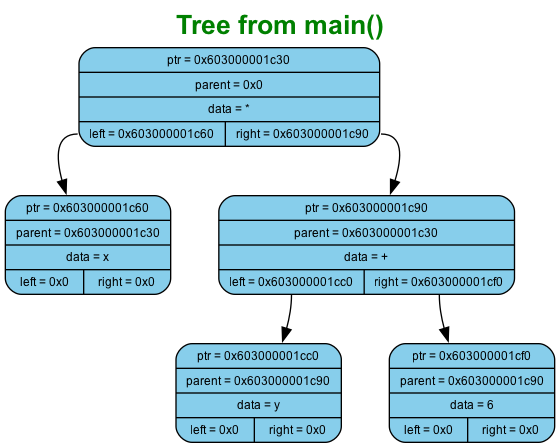
This is WOLFRAM_SIGMA/ReportFiles/graphs/graph0/wolf.dot.png from murugov/WolframSigma, a Graphviz export, as it was before one commit. Its source is kept beside it as WOLFRAM_SIGMA/ReportFiles/graphs/graph0/wolf.dot. The source it was exported from:
```dot
digraph G {
	label=<<B>Tree from main()</B>>;
	fontcolor="#008000";
	fontname="Arial";
	labelloc="top";
	labeljust="center";
	fontsize=20;
	rankdir=TB;
	center=true;
	nodesep=0.5;
	ranksep=0.5;
	node[fontsize=9, shape=box, width=0.7, height=0.4, style="filled, rounded", fontname="Arial"];

	n0 [shape=record, label="{ptr = 0x603000001c30 | parent = 0x0 | data = * | {<left> left = 0x603000001c60 | <right> right = 0x603000001c90}}", fillcolor="#87CEEB", color="black"]
	n1 [shape=record, label="{ptr = 0x603000001c60 | parent = 0x603000001c30 | data = x | {<left> left = 0x0 | <right> right = 0x0}}", fillcolor="#87CEEB", color="black"]
	n0:left -> n1
	n2 [shape=record, label="{ptr = 0x603000001c90 | parent = 0x603000001c30 | data = + | {<left> left = 0x603000001cc0 | <right> right = 0x603000001cf0}}", fillcolor="#87CEEB", color="black"]
	n0:right -> n2
	n3 [shape=record, label="{ptr = 0x603000001cc0 | parent = 0x603000001c90 | data = y | {<left> left = 0x0 | <right> right = 0x0}}", fillcolor="#87CEEB", color="black"]
	n2:left -> n3
	n4 [shape=record, label="{ptr = 0x603000001cf0 | parent = 0x603000001c90 | data = 6 | {<left> left = 0x0 | <right> right = 0x0}}", fillcolor="#87CEEB", color="black"]
	n2:right -> n4
}
```
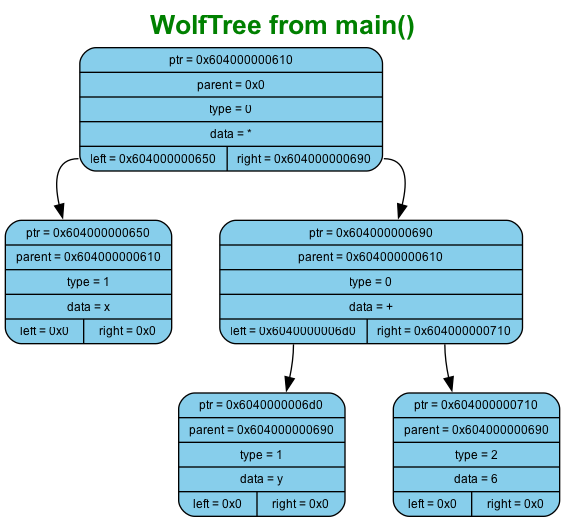
The same diagram one commit later.

Diff of the diagram source:
```diff
@@ -1,5 +1,5 @@
 digraph G {
-	label=<<B>Tree from main()</B>>;
+	label=<<B>WolfTree from main()</B>>;
 	fontcolor="#008000";
 	fontname="Arial";
 	labelloc="top";
@@ -11,13 +11,13 @@
 	ranksep=0.5;
 	node[fontsize=9, shape=box, width=0.7, height=0.4, style="filled, rounded", fontname="Arial"];
 
-	n0 [shape=record, label="{ptr = 0x603000001c30 | parent = 0x0 | data = * | {<left> left = 0x603000001c60 | <right> right = 0x603000001c90}}", fillcolor="#87CEEB", color="black"]
-	n1 [shape=record, label="{ptr = 0x603000001c60 | parent = 0x603000001c30 | data = x | {<left> left = 0x0 | <right> right = 0x0}}", fillcolor="#87CEEB", color="black"]
+	n0 [shape=record, label="{ptr = 0x604000000610 | parent = 0x0 | type = 0 | data = * | {<left> left = 0x604000000650 | <right> right = 0x604000000690}}", fillcolor="#87CEEB", color="black"]
+	n1 [shape=record, label="{ptr = 0x604000000650 | parent = 0x604000000610 | type = 1 | data = x | {<left> left = 0x0 | <right> right = 0x0}}", fillcolor="#87CEEB", color="black"]
 	n0:left -> n1
-	n2 [shape=record, label="{ptr = 0x603000001c90 | parent = 0x603000001c30 | data = + | {<left> left = 0x603000001cc0 | <right> right = 0x603000001cf0}}", fillcolor="#87CEEB", color="black"]
+	n2 [shape=record, label="{ptr = 0x604000000690 | parent = 0x604000000610 | type = 0 | data = + | {<left> left = 0x6040000006d0 | <right> right = 0x604000000710}}", fillcolor="#87CEEB", color="black"]
 	n0:right -> n2
-	n3 [shape=record, label="{ptr = 0x603000001cc0 | parent = 0x603000001c90 | data = y | {<left> left = 0x0 | <right> right = 0x0}}", fillcolor="#87CEEB", color="black"]
+	n3 [shape=record, label="{ptr = 0x6040000006d0 | parent = 0x604000000690 | type = 1 | data = y | {<left> left = 0x0 | <right> right = 0x0}}", fillcolor="#87CEEB", color="black"]
 	n2:left -> n3
-	n4 [shape=record, label="{ptr = 0x603000001cf0 | parent = 0x603000001c90 | data = 6 | {<left> left = 0x0 | <right> right = 0x0}}", fillcolor="#87CEEB", color="black"]
+	n4 [shape=record, label="{ptr = 0x604000000710 | parent = 0x604000000690 | type = 2 | data = 6 | {<left> left = 0x0 | <right> right = 0x0}}", fillcolor="#87CEEB", color="black"]
 	n2:right -> n4
 }
```
